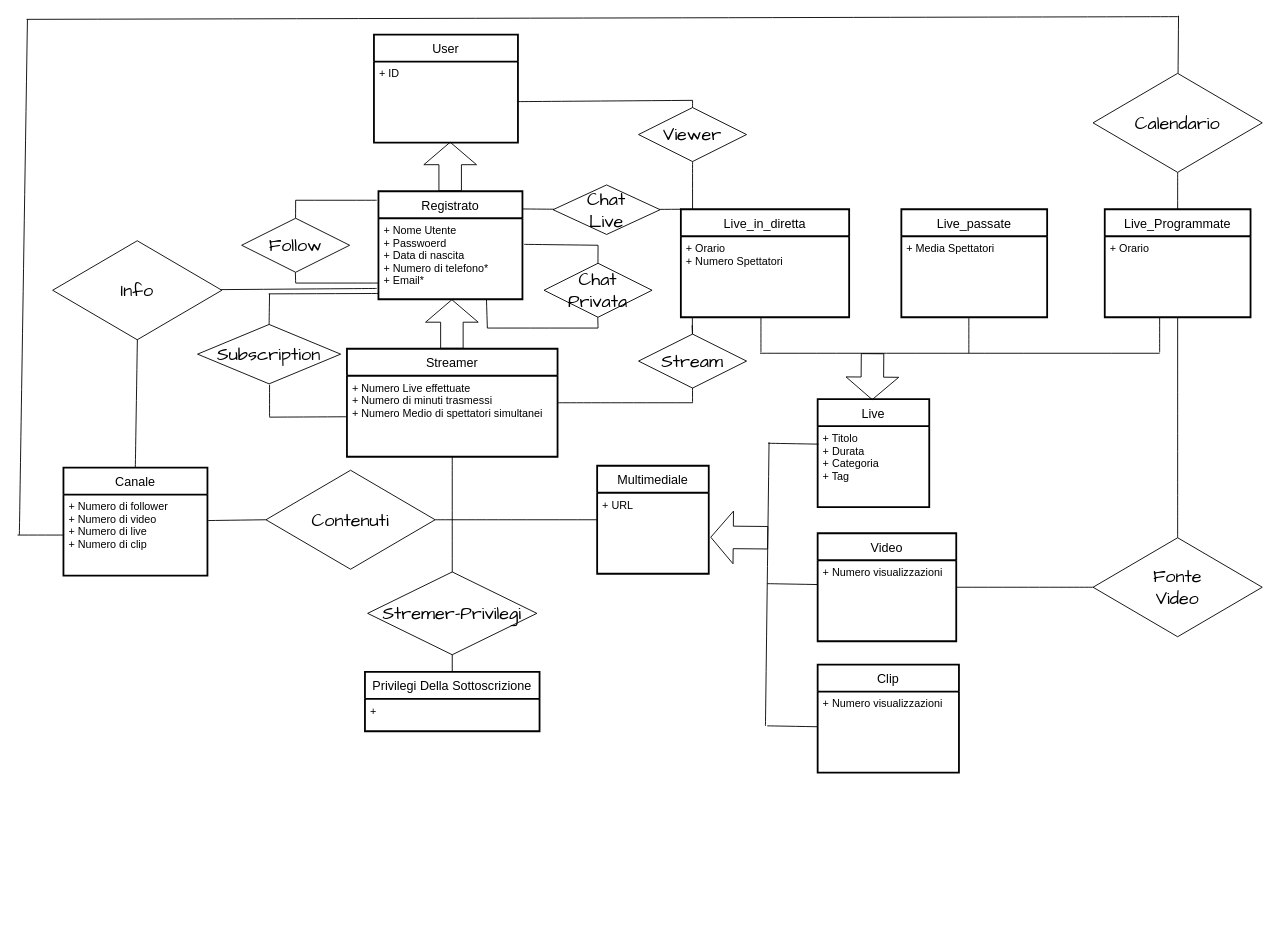
The draw.io diagram DB/Progetto/Iniziale.drawio in lucrezio0987/Unito-GLPS, before the edit. Source tidied: cells renumbered, new cells numbered last; positions are measured from the earlier drawing's top-left corner, leaving out a move shared by most shapes. Both pictures are drawn from the tidied source at 90%, with x=0, y=0 at pixel (17, 15).
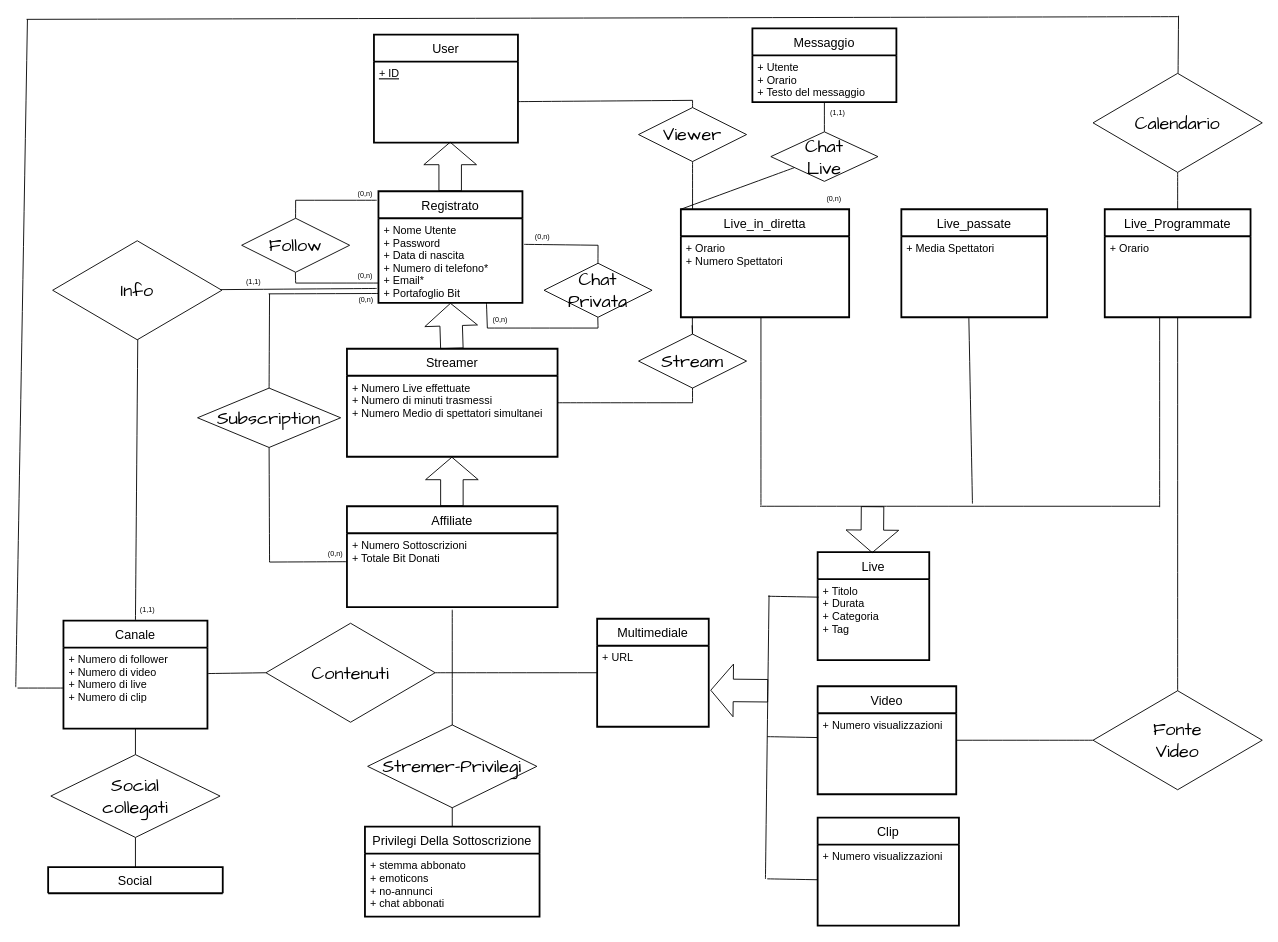
Above is the later version.

Unchanged cells that the change refers to:
```xml
<mxCell id="2" value="User" style="swimlane;horizontal=1;startSize=30;rounded=0;fontSize=14;fontStyle=0;strokeWidth=2;shadow=0;dashed=0;align=center;labelBackgroundColor=none;" parent="1" vertex="1">
  <mxGeometry x="396" y="21" width="160" height="120" as="geometry" />
</mxCell>
<mxCell id="5" value="Streamer" style="swimlane;horizontal=1;startSize=30;rounded=0;fontSize=14;fontStyle=0;strokeWidth=2;shadow=0;dashed=0;align=center;labelBackgroundColor=none;" parent="1" vertex="1">
  <mxGeometry x="366" y="370" width="234" height="120" as="geometry" />
</mxCell>
<mxCell id="38" value="+ URL" style="align=left;strokeColor=none;fillColor=none;spacingLeft=4;fontSize=12;verticalAlign=top;rounded=0;labelBackgroundColor=none;" parent="37" vertex="1">
  <mxGeometry y="30" width="124" height="90" as="geometry" />
</mxCell>
<mxCell id="54" value="+ Numero di follower&#10;+ Numero di video&#10;+ Numero di live&#10;+ Numero di clip" style="align=left;strokeColor=none;fillColor=none;spacingLeft=4;fontSize=12;verticalAlign=top;rounded=0;labelBackgroundColor=none;" parent="53" vertex="1">
  <mxGeometry y="30" width="160" height="90" as="geometry" />
</mxCell>
```

Diff of the diagram source:
```diff
@@
-    <mxCell id="3" value="+ ID" style="align=left;strokeColor=none;fillColor=none;spacingLeft=4;fontSize=12;verticalAlign=top;rounded=0;labelBackgroundColor=none;" parent="2" vertex="1">
+    <mxCell id="3" value="+ ID" style="align=left;strokeColor=none;fillColor=none;spacingLeft=4;fontSize=12;verticalAlign=top;rounded=0;labelBackgroundColor=none;fontStyle=4;" parent="2" vertex="1">
       <mxGeometry y="30" width="160" height="90" as="geometry" />
     </mxCell>
@@
-    <mxCell id="6" value="+ Numero Live effettuate&#10;+ Numero di minuti trasmessi&#10;+ Numero Medio di spettatori simultanei" style="align=left;strokeColor=none;fillColor=none;spacingLeft=4;fontSize=12;verticalAlign=top;rounded=0;labelBackgroundColor=none;" parent="5" vertex="1">
+    <mxCell id="6" value="+ Numero Live effettuate&#10;+ Numero di minuti trasmessi&#10;+ Numero Medio di spettatori simultanei&#10;" style="align=left;strokeColor=none;fillColor=none;spacingLeft=4;fontSize=12;verticalAlign=top;rounded=0;labelBackgroundColor=none;" parent="5" vertex="1">
       <mxGeometry y="30" width="234" height="90" as="geometry" />
     </mxCell>
-    <mxCell id="7" style="shape=flexArrow;endArrow=classic;html=1;rounded=0;fontSize=12;startSize=8;endSize=8;curved=1;endWidth=32.5;width=25;labelBackgroundColor=none;fontColor=default;" parent="1" edge="1">
+    <mxCell id="7" style="shape=flexArrow;endArrow=classic;html=1;rounded=0;fontSize=12;startSize=8;endSize=8;curved=1;endWidth=32.5;width=25;labelBackgroundColor=none;fontColor=default;entryX=0.5;entryY=1;entryDx=0;entryDy=0;" parent="1" edge="1" target="11">
       <mxGeometry relative="1" as="geometry">
         <mxPoint x="482.6" y="370" as="sourcePoint" />
-        <mxPoint x="482.6" y="315" as="targetPoint" />
       </mxGeometry>
     </mxCell>
@@
     <mxCell id="10" value="Registrato" style="swimlane;horizontal=1;startSize=30;rounded=0;fontSize=14;fontStyle=0;strokeWidth=2;shadow=0;dashed=0;align=center;labelBackgroundColor=none;" parent="1" vertex="1">
-      <mxGeometry x="401" y="195" width="160" height="120" as="geometry" />
+      <mxGeometry x="401" y="195" width="160" height="124" as="geometry" />
     </mxCell>
-    <mxCell id="11" value="+ Nome Utente&#10;+ Passwoerd&#10;+ Data di nascita&#10;+ Numero di telefono*&#10;+ Email*" style="align=left;strokeColor=none;fillColor=none;spacingLeft=4;fontSize=12;verticalAlign=top;rounded=0;labelBackgroundColor=none;" parent="10" vertex="1">
-      <mxGeometry y="30" width="160" height="90" as="geometry" />
+    <mxCell id="11" value="+ Nome Utente&#10;+ Password&#10;+ Data di nascita&#10;+ Numero di telefono*&#10;+ Email*&#10;+ Portafoglio Bit" style="align=left;strokeColor=none;fillColor=none;spacingLeft=4;fontSize=12;verticalAlign=top;rounded=0;labelBackgroundColor=none;" parent="10" vertex="1">
+      <mxGeometry y="30" width="160" height="94" as="geometry" />
     </mxCell>
@@
     <mxCell id="16" value="Subscription" style="shape=rhombus;perimeter=rhombusPerimeter;whiteSpace=wrap;html=1;align=center;hachureGap=4;fontFamily=Architects Daughter;fontSize=20;labelBackgroundColor=none;rounded=0;" parent="1" vertex="1">
-      <mxGeometry x="200" y="343" width="159" height="66" as="geometry" />
+      <mxGeometry x="200" y="413.7" width="159" height="66" as="geometry" />
     </mxCell>
@@
-    <mxCell id="18" style="endArrow=none;html=1;fontSize=12;startSize=8;endSize=8;curved=1;" parent="1" edge="1">
+    <mxCell id="18" style="endArrow=none;html=1;fontSize=12;startSize=8;endSize=8;curved=1;entryX=0.5;entryY=1;entryDx=0;entryDy=0;" parent="1" edge="1" target="16">
       <mxGeometry relative="1" as="geometry">
-        <mxPoint x="280" y="446" as="sourcePoint" />
-        <mxPoint x="280" y="410" as="targetPoint" />
+        <mxPoint x="280" y="607" as="sourcePoint" />
       </mxGeometry>
     </mxCell>
-    <mxCell id="19" style="edgeStyle=none;curved=1;jettySize=auto;html=1;fontSize=12;endArrow=none;endFill=0;startSize=8;endSize=8;" parent="1" edge="1" source="6">
+    <mxCell id="19" style="edgeStyle=none;curved=1;orthogonalLoop=1;jettySize=auto;html=1;fontSize=12;endArrow=none;endFill=0;startSize=8;endSize=8;" parent="1" edge="1">
       <mxGeometry relative="1" as="geometry">
-        <mxPoint x="280" y="446" as="targetPoint" />
+        <mxPoint x="366" y="606.6" as="sourcePoint" />
+        <mxPoint x="280" y="607" as="targetPoint" />
       </mxGeometry>
     </mxCell>
@@
     <mxCell id="23" value="Live" style="swimlane;horizontal=1;startSize=30;rounded=0;fontSize=14;fontStyle=0;strokeWidth=2;shadow=0;dashed=0;align=center;labelBackgroundColor=none;" parent="1" vertex="1">
-      <mxGeometry x="889" y="426" width="124" height="120" as="geometry" />
+      <mxGeometry x="889" y="596" width="124" height="120" as="geometry" />
     </mxCell>
@@
     <mxCell id="25" style="shape=flexArrow;endArrow=classic;html=1;rounded=0;fontSize=12;startSize=8;endSize=8;curved=1;endWidth=32.5;width=25;labelBackgroundColor=none;fontColor=default;" parent="1" edge="1">
       <mxGeometry relative="1" as="geometry">
-        <mxPoint x="950" y="375" as="sourcePoint" />
-        <mxPoint x="949.6" y="427" as="targetPoint" />
+        <mxPoint x="950" y="545" as="sourcePoint" />
+        <mxPoint x="949.6" y="597" as="targetPoint" />
       </mxGeometry>
     </mxCell>
     <mxCell id="26" style="edgeStyle=none;curved=1;orthogonalLoop=1;jettySize=auto;html=1;fontSize=12;endArrow=none;endFill=0;startSize=8;endSize=8;" parent="1" edge="1">
       <mxGeometry relative="1" as="geometry">
-        <mxPoint x="825" y="375" as="sourcePoint" />
-        <mxPoint x="1269" y="375" as="targetPoint" />
+        <mxPoint x="825" y="545" as="sourcePoint" />
+        <mxPoint x="1269" y="545" as="targetPoint" />
       </mxGeometry>
     </mxCell>
@@
     <mxCell id="29" style="endArrow=none;html=1;fontSize=12;startSize=8;endSize=8;curved=1;" parent="1" edge="1">
       <mxGeometry relative="1" as="geometry">
-        <mxPoint x="826" y="374" as="sourcePoint" />
+        <mxPoint x="826" y="544" as="sourcePoint" />
         <mxPoint x="826" y="335" as="targetPoint" />
       </mxGeometry>
     </mxCell>
     <mxCell id="30" style="endArrow=none;html=1;fontSize=12;startSize=8;endSize=8;curved=1;" parent="1" edge="1">
       <mxGeometry relative="1" as="geometry">
-        <mxPoint x="1057" y="375" as="sourcePoint" />
+        <mxPoint x="1061" y="542" as="sourcePoint" />
         <mxPoint x="1057" y="336" as="targetPoint" />
       </mxGeometry>
     </mxCell>
@@
     <mxCell id="37" value="Multimediale" style="swimlane;horizontal=1;startSize=30;rounded=0;fontSize=14;fontStyle=0;strokeWidth=2;shadow=0;dashed=0;align=center;labelBackgroundColor=none;" parent="1" vertex="1">
-      <mxGeometry x="644" y="500" width="124" height="120" as="geometry" />
+      <mxGeometry x="644" y="670" width="124" height="120" as="geometry" />
     </mxCell>
@@
     <mxCell id="39" value="Video" style="swimlane;horizontal=1;startSize=30;rounded=0;fontSize=14;fontStyle=0;strokeWidth=2;shadow=0;dashed=0;align=center;labelBackgroundColor=none;" parent="1" vertex="1">
-      <mxGeometry x="889" y="575" width="154" height="120" as="geometry" />
+      <mxGeometry x="889" y="745" width="154" height="120" as="geometry" />
     </mxCell>
@@
     <mxCell id="41" value="Clip" style="swimlane;horizontal=1;startSize=30;rounded=0;fontSize=14;fontStyle=0;strokeWidth=2;shadow=0;dashed=0;align=center;labelBackgroundColor=none;" parent="1" vertex="1">
-      <mxGeometry x="889" y="721" width="157" height="120" as="geometry" />
+      <mxGeometry x="889" y="891" width="157" height="120" as="geometry" />
     </mxCell>
@@
     <mxCell id="43" style="endArrow=none;html=1;fontSize=12;startSize=8;endSize=8;curved=1;" parent="1" edge="1">
       <mxGeometry relative="1" as="geometry">
-        <mxPoint x="831" y="789" as="sourcePoint" />
-        <mxPoint x="835" y="474" as="targetPoint" />
+        <mxPoint x="831" y="959" as="sourcePoint" />
+        <mxPoint x="835" y="644" as="targetPoint" />
       </mxGeometry>
     </mxCell>
@@
     <mxCell id="45" value="Contenuti" style="shape=rhombus;perimeter=rhombusPerimeter;whiteSpace=wrap;html=1;align=center;hachureGap=4;fontFamily=Architects Daughter;fontSize=20;labelBackgroundColor=none;rounded=0;" parent="1" vertex="1">
-      <mxGeometry x="276" y="505" width="188" height="110" as="geometry" />
+      <mxGeometry x="276" y="675" width="188" height="110" as="geometry" />
     </mxCell>
-    <mxCell id="46" style="edgeStyle=none;curved=1;orthogonalLoop=1;jettySize=auto;html=1;fontSize=12;endArrow=none;endFill=0;startSize=8;endSize=8;" parent="1" edge="1">
+    <mxCell id="46" style="edgeStyle=none;curved=1;jettySize=auto;html=1;fontSize=12;endArrow=none;endFill=0;startSize=8;endSize=8;exitX=0.5;exitY=0;exitDx=0;exitDy=0;" parent="1" edge="1" source="53">
       <mxGeometry relative="1" as="geometry">
-        <mxPoint x="130.8" y="505.5" as="sourcePoint" />
         <mxPoint x="134" y="306" as="targetPoint" />
       </mxGeometry>
     </mxCell>
@@
     <mxCell id="49" value="Fonte&lt;br&gt;Video" style="shape=rhombus;perimeter=rhombusPerimeter;whiteSpace=wrap;html=1;align=center;hachureGap=4;fontFamily=Architects Daughter;fontSize=20;labelBackgroundColor=none;rounded=0;" parent="1" vertex="1">
-      <mxGeometry x="1195" y="580" width="188" height="110" as="geometry" />
+      <mxGeometry x="1195" y="750" width="188" height="110" as="geometry" />
     </mxCell>
@@
     <mxCell id="53" value="Canale" style="swimlane;horizontal=1;startSize=30;rounded=0;fontSize=14;fontStyle=0;strokeWidth=2;shadow=0;dashed=0;align=center;labelBackgroundColor=none;" parent="1" vertex="1">
-      <mxGeometry x="51" y="502" width="160" height="120" as="geometry" />
+      <mxGeometry x="51" y="672" width="160" height="120" as="geometry" />
     </mxCell>
@@
     <mxCell id="55" style="edgeStyle=none;curved=1;jettySize=auto;html=1;fontSize=12;endArrow=none;endFill=0;startSize=8;endSize=8;" parent="1" edge="1" source="54">
       <mxGeometry relative="1" as="geometry">
-        <mxPoint y="577" as="targetPoint" />
+        <mxPoint y="747" as="targetPoint" />
       </mxGeometry>
     </mxCell>
@@
     <mxCell id="58" style="endArrow=none;html=1;fontSize=12;startSize=8;endSize=8;curved=1;" parent="1" edge="1">
       <mxGeometry relative="1" as="geometry">
-        <mxPoint x="1269" y="374" as="sourcePoint" />
+        <mxPoint x="1269" y="546" as="sourcePoint" />
         <mxPoint x="1269" y="335" as="targetPoint" />
       </mxGeometry>
     </mxCell>
@@
     <mxCell id="62" style="edgeStyle=none;curved=1;orthogonalLoop=1;jettySize=auto;html=1;fontSize=12;endArrow=none;endFill=0;startSize=8;endSize=8;" parent="1" edge="1">
       <mxGeometry relative="1" as="geometry">
-        <mxPoint x="2" y="577" as="sourcePoint" />
+        <mxPoint x="-2" y="746" as="sourcePoint" />
         <mxPoint x="11" y="4" as="targetPoint" />
       </mxGeometry>
     </mxCell>
@@
     <mxCell id="64" style="edgeStyle=none;curved=1;orthogonalLoop=1;jettySize=auto;html=1;fontSize=12;endArrow=none;endFill=0;startSize=8;endSize=8;" parent="1" edge="1">
       <mxGeometry relative="1" as="geometry">
-        <mxPoint x="834" y="475" as="sourcePoint" />
-        <mxPoint x="890" y="476" as="targetPoint" />
+        <mxPoint x="834" y="645" as="sourcePoint" />
+        <mxPoint x="890" y="646" as="targetPoint" />
       </mxGeometry>
     </mxCell>
     <mxCell id="65" style="shape=flexArrow;endArrow=classic;html=1;rounded=0;fontSize=12;startSize=8;endSize=8;curved=1;endWidth=32.5;width=25;labelBackgroundColor=none;fontColor=default;entryX=1.014;entryY=0.549;entryDx=0;entryDy=0;entryPerimeter=0;" parent="1" edge="1" target="38">
       <mxGeometry relative="1" as="geometry">
-        <mxPoint x="834" y="580" as="sourcePoint" />
+        <mxPoint x="834" y="750" as="sourcePoint" />
       </mxGeometry>
     </mxCell>
     <mxCell id="66" style="edgeStyle=none;curved=1;orthogonalLoop=1;jettySize=auto;html=1;fontSize=12;endArrow=none;endFill=0;startSize=8;endSize=8;" parent="1" edge="1">
       <mxGeometry relative="1" as="geometry">
-        <mxPoint x="833" y="631" as="sourcePoint" />
-        <mxPoint x="889" y="632" as="targetPoint" />
+        <mxPoint x="833" y="801" as="sourcePoint" />
+        <mxPoint x="889" y="802" as="targetPoint" />
       </mxGeometry>
     </mxCell>
     <mxCell id="67" style="edgeStyle=none;curved=1;orthogonalLoop=1;jettySize=auto;html=1;fontSize=12;endArrow=none;endFill=0;startSize=8;endSize=8;" parent="1" edge="1">
       <mxGeometry relative="1" as="geometry">
-        <mxPoint x="833" y="789" as="sourcePoint" />
-        <mxPoint x="889" y="790" as="targetPoint" />
+        <mxPoint x="833" y="959" as="sourcePoint" />
+        <mxPoint x="889" y="960" as="targetPoint" />
       </mxGeometry>
     </mxCell>
     <mxCell id="68" value="Privilegi Della Sottoscrizione" style="swimlane;horizontal=1;startSize=30;rounded=0;fontSize=14;fontStyle=0;strokeWidth=2;shadow=0;dashed=0;align=center;labelBackgroundColor=none;" parent="1" vertex="1">
-      <mxGeometry x="386" y="729" width="194" height="66" as="geometry" />
+      <mxGeometry x="386" y="901" width="194" height="100" as="geometry" />
     </mxCell>
@@
-    <mxCell id="70" value="+ " style="align=left;strokeColor=none;fillColor=none;spacingLeft=4;fontSize=12;verticalAlign=top;rounded=0;labelBackgroundColor=none;" parent="68" vertex="1">
-      <mxGeometry y="30" width="194" height="36" as="geometry" />
+    <mxCell id="70" value="+ stemma abbonato&#10;+ emoticons&#10;+ no-annunci&#10;+ chat abbonati" style="align=left;strokeColor=none;fillColor=none;spacingLeft=4;fontSize=12;verticalAlign=top;rounded=0;labelBackgroundColor=none;" parent="68" vertex="1">
+      <mxGeometry y="30" width="194" height="70" as="geometry" />
     </mxCell>
-    <mxCell id="71" style="edgeStyle=none;curved=1;jettySize=auto;html=1;fontSize=12;endArrow=none;endFill=0;startSize=8;endSize=8;entryX=0.5;entryY=0;entryDx=0;entryDy=0;" parent="1" edge="1" source="6" target="68">
-      <mxGeometry relative="1" as="geometry" />
+    <mxCell id="71" style="edgeStyle=none;curved=1;jettySize=auto;html=1;fontSize=12;endArrow=none;endFill=0;startSize=8;endSize=8;entryX=0.5;entryY=0;entryDx=0;entryDy=0;" parent="1" edge="1" target="68">
+      <mxGeometry relative="1" as="geometry">
+        <mxPoint x="483" y="660" as="sourcePoint" />
+      </mxGeometry>
     </mxCell>
     <mxCell id="72" value="Stremer-Privilegi" style="shape=rhombus;perimeter=rhombusPerimeter;whiteSpace=wrap;html=1;align=center;hachureGap=4;fontFamily=Architects Daughter;fontSize=20;labelBackgroundColor=none;rounded=0;" parent="1" vertex="1">
-      <mxGeometry x="389" y="618" width="188" height="92" as="geometry" />
+      <mxGeometry x="389" y="788" width="188" height="92" as="geometry" />
     </mxCell>
-    <mxCell id="73" style="edgeStyle=none;curved=1;jettySize=auto;html=1;entryX=1.004;entryY=0.164;entryDx=0;entryDy=0;entryPerimeter=0;fontSize=12;endArrow=none;endFill=0;startSize=8;endSize=8;" parent="1" edge="1" source="75" target="10">
+    <mxCell id="73" style="edgeStyle=none;curved=1;jettySize=auto;html=1;fontSize=12;endArrow=none;endFill=0;startSize=8;endSize=8;entryX=0.5;entryY=1;entryDx=0;entryDy=0;" parent="1" edge="1" source="75" target="99">
       <mxGeometry relative="1" as="geometry" />
     </mxCell>
@@
     <mxCell id="75" value="Chat&lt;br&gt;Live" style="shape=rhombus;perimeter=rhombusPerimeter;whiteSpace=wrap;html=1;align=center;hachureGap=4;fontFamily=Architects Daughter;fontSize=20;labelBackgroundColor=none;rounded=0;" parent="1" vertex="1">
-      <mxGeometry x="595" y="188" width="119" height="55" as="geometry" />
+      <mxGeometry x="837" y="129" width="119" height="55" as="geometry" />
     </mxCell>
@@
+    <mxCell id="83" value="Social" style="swimlane;horizontal=1;startSize=30;rounded=0;fontSize=14;fontStyle=0;strokeWidth=2;shadow=0;dashed=0;align=center;labelBackgroundColor=none;" parent="1" vertex="1">
+      <mxGeometry x="34" y="946" width="194" height="29" as="geometry" />
+    </mxCell>
+    <mxCell id="84" style="edgeStyle=none;html=1;endArrow=none;endFill=0;" parent="1" edge="1" source="86" target="54">
+      <mxGeometry relative="1" as="geometry" />
+    </mxCell>
+    <mxCell id="85" style="edgeStyle=none;html=1;endArrow=none;endFill=0;" parent="1" edge="1" source="86" target="83">
+      <mxGeometry relative="1" as="geometry" />
+    </mxCell>
+    <mxCell id="86" value="Social &lt;br&gt;collegati" style="shape=rhombus;perimeter=rhombusPerimeter;whiteSpace=wrap;html=1;align=center;hachureGap=4;fontFamily=Architects Daughter;fontSize=20;labelBackgroundColor=none;rounded=0;" parent="1" vertex="1">
+      <mxGeometry x="37" y="821" width="188" height="92" as="geometry" />
+    </mxCell>
+    <mxCell id="87" value="Affiliate" style="swimlane;horizontal=1;startSize=30;rounded=0;fontSize=14;fontStyle=0;strokeWidth=2;shadow=0;dashed=0;align=center;labelBackgroundColor=none;" parent="1" vertex="1">
+      <mxGeometry x="366" y="545" width="234" height="112" as="geometry" />
+    </mxCell>
+    <mxCell id="88" value="+ Numero Sottoscrizioni&#10;+ Totale Bit Donati" style="align=left;strokeColor=none;fillColor=none;spacingLeft=4;fontSize=12;verticalAlign=top;rounded=0;labelBackgroundColor=none;" parent="87" vertex="1">
+      <mxGeometry y="30" width="234" height="82" as="geometry" />
+    </mxCell>
+    <mxCell id="89" style="shape=flexArrow;endArrow=classic;html=1;rounded=0;fontSize=12;startSize=8;endSize=8;curved=1;endWidth=32.5;width=25;labelBackgroundColor=none;fontColor=default;" parent="1" edge="1">
+      <mxGeometry relative="1" as="geometry">
+        <mxPoint x="482.6" y="545" as="sourcePoint" />
+        <mxPoint x="482.6" y="490" as="targetPoint" />
+      </mxGeometry>
+    </mxCell>
+    <mxCell id="90" value="&lt;font style=&quot;font-size: 8px;&quot;&gt;(0,n)&lt;/font&gt;" style="text;html=1;align=center;verticalAlign=middle;strokeColor=none;fillColor=none;" parent="1" vertex="1">
+      <mxGeometry x="369" y="184" width="34" height="26" as="geometry" />
+    </mxCell>
+    <mxCell id="91" value="&lt;font style=&quot;font-size: 8px;&quot;&gt;(0,n)&lt;/font&gt;" style="text;html=1;align=center;verticalAlign=middle;strokeColor=none;fillColor=none;" parent="1" vertex="1">
+      <mxGeometry x="369" y="275" width="34" height="26" as="geometry" />
+    </mxCell>
+    <mxCell id="92" value="&lt;font style=&quot;font-size: 8px;&quot;&gt;(1,1)&lt;/font&gt;" style="text;html=1;align=center;verticalAlign=middle;strokeColor=none;fillColor=none;" parent="1" vertex="1">
+      <mxGeometry x="245" y="282" width="34" height="26" as="geometry" />
+    </mxCell>
+    <mxCell id="93" value="&lt;font style=&quot;font-size: 8px;&quot;&gt;(1,1)&lt;/font&gt;" style="text;html=1;align=center;verticalAlign=middle;strokeColor=none;fillColor=none;" parent="1" vertex="1">
+      <mxGeometry x="127" y="646" width="34" height="26" as="geometry" />
+    </mxCell>
+    <mxCell id="94" value="&lt;font style=&quot;font-size: 8px;&quot;&gt;(0,n)&lt;/font&gt;" style="text;html=1;align=center;verticalAlign=middle;strokeColor=none;fillColor=none;" parent="1" vertex="1">
+      <mxGeometry x="370" y="302" width="34" height="26" as="geometry" />
+    </mxCell>
+    <mxCell id="95" value="&lt;font style=&quot;font-size: 8px;&quot;&gt;(0,n)&lt;/font&gt;" style="text;html=1;align=center;verticalAlign=middle;strokeColor=none;fillColor=none;" parent="1" vertex="1">
+      <mxGeometry x="336" y="584" width="34" height="26" as="geometry" />
+    </mxCell>
+    <mxCell id="96" value="&lt;font style=&quot;font-size: 8px;&quot;&gt;(0,n)&lt;/font&gt;" style="text;html=1;align=center;verticalAlign=middle;strokeColor=none;fillColor=none;" parent="1" vertex="1">
+      <mxGeometry x="519" y="324" width="34" height="26" as="geometry" />
+    </mxCell>
+    <mxCell id="97" value="&lt;font style=&quot;font-size: 8px;&quot;&gt;(0,n)&lt;/font&gt;" style="text;html=1;align=center;verticalAlign=middle;strokeColor=none;fillColor=none;" parent="1" vertex="1">
+      <mxGeometry x="566" y="232" width="34" height="26" as="geometry" />
+    </mxCell>
+    <mxCell id="98" value="Messaggio" style="swimlane;horizontal=1;startSize=30;rounded=0;fontSize=14;fontStyle=0;strokeWidth=2;shadow=0;dashed=0;align=center;labelBackgroundColor=none;" parent="1" vertex="1">
+      <mxGeometry x="816.5" y="14" width="160" height="82" as="geometry" />
+    </mxCell>
+    <mxCell id="99" value="+ Utente&#10;+ Orario&#10;+ Testo del messaggio" style="align=left;strokeColor=none;fillColor=none;spacingLeft=4;fontSize=12;verticalAlign=top;rounded=0;labelBackgroundColor=none;fontStyle=0;" parent="98" vertex="1">
+      <mxGeometry y="30" width="160" height="52" as="geometry" />
+    </mxCell>
+    <mxCell id="100" value="&lt;font style=&quot;font-size: 8px;&quot;&gt;(0,n)&lt;/font&gt;" style="text;html=1;align=center;verticalAlign=middle;strokeColor=none;fillColor=none;" parent="1" vertex="1">
+      <mxGeometry x="890" y="189" width="34" height="26" as="geometry" />
+    </mxCell>
+    <mxCell id="101" value="&lt;font style=&quot;font-size: 8px;&quot;&gt;(1,1)&lt;/font&gt;" style="text;html=1;align=center;verticalAlign=middle;strokeColor=none;fillColor=none;" parent="1" vertex="1">
+      <mxGeometry x="894" y="94" width="34" height="26" as="geometry" />
+    </mxCell>
```
